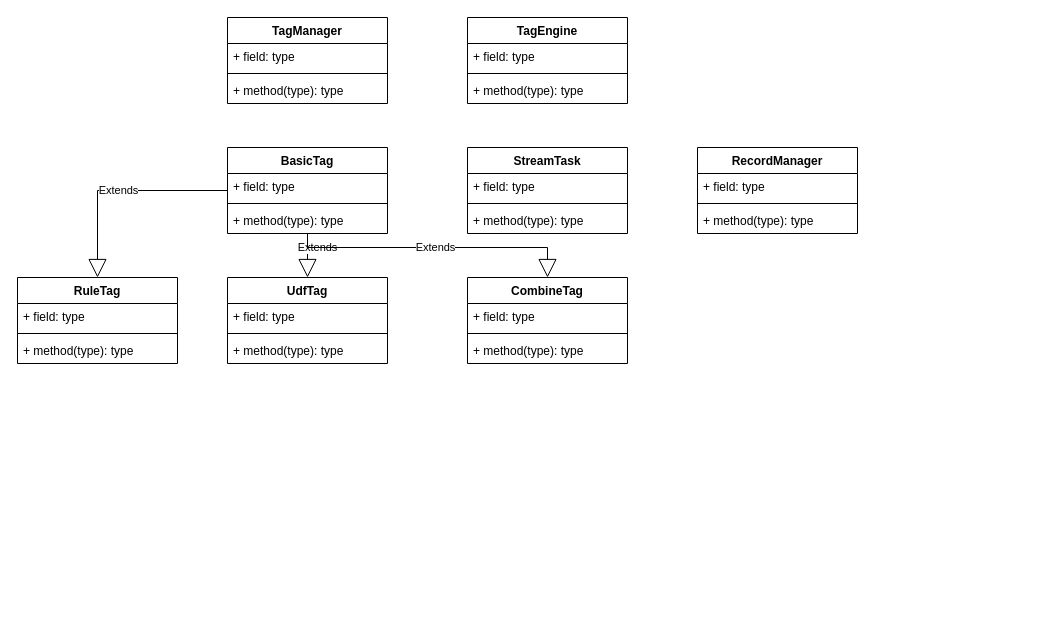
Above: tupian/标签引擎设计.drawio in JJFatherL/biyesheji (draw.io), before the change. Source tidied: cells renumbered, new cells numbered last; positions are measured from the earlier drawing's top-left corner, leaving out a move shared by most shapes. Both pictures are drawn from the tidied source at 100%, with x=0, y=0 at pixel (17, 17).
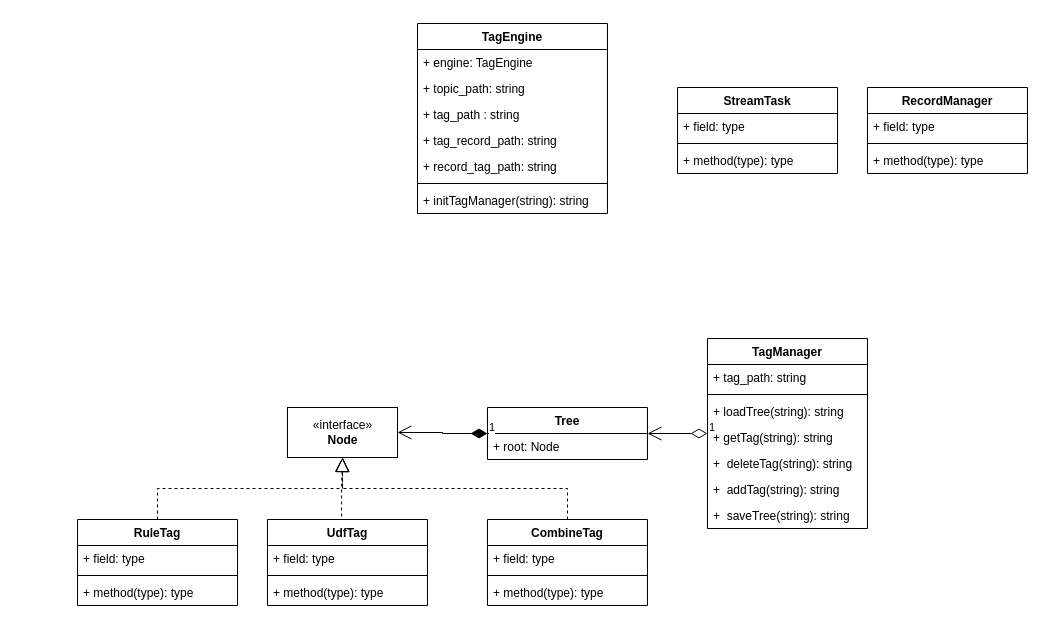
The same diagram, later.

Commit message (it also covers changes not shown here):
更新标签引擎设计.drawio

Diff of the diagram source:
```diff
@@
-    <mxCell id="2" value="BasicTag" style="swimlane;fontStyle=1;align=center;verticalAlign=top;horizontal=1;startSize=26;" parent="1" vertex="1">
-      <mxGeometry x="210" y="130" width="160" height="86" as="geometry" />
-    </mxCell>
-    <mxCell id="3" value="+ field: type" style="text;strokeColor=none;fillColor=none;align=left;verticalAlign=top;spacingLeft=4;spacingRight=4;overflow=hidden;" parent="2" vertex="1">
-      <mxGeometry y="26" width="160" height="26" as="geometry" />
-    </mxCell>
-    <mxCell id="4" style="line;strokeWidth=1;fillColor=none;align=left;verticalAlign=middle;spacingTop=-1;spacingLeft=3;spacingRight=3;labelPosition=right;" parent="2" vertex="1">
-      <mxGeometry y="52" width="160" height="8" as="geometry" />
-    </mxCell>
-    <mxCell id="5" value="+ method(type): type" style="text;strokeColor=none;fillColor=none;align=left;verticalAlign=top;spacingLeft=4;spacingRight=4;overflow=hidden;" parent="2" vertex="1">
-      <mxGeometry y="60" width="160" height="26" as="geometry" />
-    </mxCell>
     <mxCell id="6" value="TagManager" style="swimlane;fontStyle=1;align=center;verticalAlign=top;horizontal=1;startSize=26;" parent="1" vertex="1">
-      <mxGeometry x="210" width="160" height="86" as="geometry" />
+      <mxGeometry x="690" y="321" width="160" height="190" as="geometry" />
     </mxCell>
-    <mxCell id="7" value="+ field: type" style="text;strokeColor=none;fillColor=none;align=left;verticalAlign=top;spacingLeft=4;spacingRight=4;overflow=hidden;" parent="6" vertex="1">
+    <mxCell id="7" value="+ tag_path: string" style="text;strokeColor=none;fillColor=none;align=left;verticalAlign=top;spacingLeft=4;spacingRight=4;overflow=hidden;" parent="6" vertex="1">
       <mxGeometry y="26" width="160" height="26" as="geometry" />
     </mxCell>
@@
-    <mxCell id="9" value="+ method(type): type" style="text;strokeColor=none;fillColor=none;align=left;verticalAlign=top;spacingLeft=4;spacingRight=4;overflow=hidden;" parent="6" vertex="1">
+    <mxCell id="9" value="+ loadTree(string): string" style="text;strokeColor=none;fillColor=none;align=left;verticalAlign=top;spacingLeft=4;spacingRight=4;overflow=hidden;" parent="6" vertex="1">
       <mxGeometry y="60" width="160" height="26" as="geometry" />
     </mxCell>
+    <mxCell id="37" value="+ getTag(string): string" style="text;strokeColor=none;fillColor=none;align=left;verticalAlign=top;spacingLeft=4;spacingRight=4;overflow=hidden;" parent="6" vertex="1">
+      <mxGeometry y="86" width="160" height="26" as="geometry" />
+    </mxCell>
+    <mxCell id="38" value="+  deleteTag(string): string" style="text;strokeColor=none;fillColor=none;align=left;verticalAlign=top;spacingLeft=4;spacingRight=4;overflow=hidden;" parent="6" vertex="1">
+      <mxGeometry y="112" width="160" height="26" as="geometry" />
+    </mxCell>
+    <mxCell id="39" value="+  addTag(string): string" style="text;strokeColor=none;fillColor=none;align=left;verticalAlign=top;spacingLeft=4;spacingRight=4;overflow=hidden;" parent="6" vertex="1">
+      <mxGeometry y="138" width="160" height="26" as="geometry" />
+    </mxCell>
+    <mxCell id="40" value="+  saveTree(string): string" style="text;strokeColor=none;fillColor=none;align=left;verticalAlign=top;spacingLeft=4;spacingRight=4;overflow=hidden;" parent="6" vertex="1">
+      <mxGeometry y="164" width="160" height="26" as="geometry" />
+    </mxCell>
     <mxCell id="10" value="TagEngine" style="swimlane;fontStyle=1;align=center;verticalAlign=top;horizontal=1;startSize=26;" parent="1" vertex="1">
-      <mxGeometry x="450" width="160" height="86" as="geometry" />
+      <mxGeometry x="400" y="6" width="190" height="190" as="geometry" />
     </mxCell>
-    <mxCell id="11" value="+ field: type" style="text;strokeColor=none;fillColor=none;align=left;verticalAlign=top;spacingLeft=4;spacingRight=4;overflow=hidden;" parent="10" vertex="1">
-      <mxGeometry y="26" width="160" height="26" as="geometry" />
+    <mxCell id="11" value="+ engine: TagEngine" style="text;strokeColor=none;fillColor=none;align=left;verticalAlign=top;spacingLeft=4;spacingRight=4;overflow=hidden;" parent="10" vertex="1">
+      <mxGeometry y="26" width="190" height="26" as="geometry" />
     </mxCell>
+    <mxCell id="13" value="+ topic_path: string" style="text;strokeColor=none;fillColor=none;align=left;verticalAlign=top;spacingLeft=4;spacingRight=4;overflow=hidden;" parent="10" vertex="1">
+      <mxGeometry y="52" width="190" height="26" as="geometry" />
+    </mxCell>
+    <mxCell id="41" value="+ tag_path : string" style="text;strokeColor=none;fillColor=none;align=left;verticalAlign=top;spacingLeft=4;spacingRight=4;overflow=hidden;" parent="10" vertex="1">
+      <mxGeometry y="78" width="190" height="26" as="geometry" />
+    </mxCell>
+    <mxCell id="42" value="+ tag_record_path: string" style="text;strokeColor=none;fillColor=none;align=left;verticalAlign=top;spacingLeft=4;spacingRight=4;overflow=hidden;" parent="10" vertex="1">
+      <mxGeometry y="104" width="190" height="26" as="geometry" />
+    </mxCell>
+    <mxCell id="43" value="+ record_tag_path: string" style="text;strokeColor=none;fillColor=none;align=left;verticalAlign=top;spacingLeft=4;spacingRight=4;overflow=hidden;" parent="10" vertex="1">
+      <mxGeometry y="130" width="190" height="26" as="geometry" />
+    </mxCell>
     <mxCell id="12" style="line;strokeWidth=1;fillColor=none;align=left;verticalAlign=middle;spacingTop=-1;spacingLeft=3;spacingRight=3;labelPosition=right;" parent="10" vertex="1">
-      <mxGeometry y="52" width="160" height="8" as="geometry" />
+      <mxGeometry y="156" width="190" height="8" as="geometry" />
     </mxCell>
-    <mxCell id="13" value="+ method(type): type" style="text;strokeColor=none;fillColor=none;align=left;verticalAlign=top;spacingLeft=4;spacingRight=4;overflow=hidden;" parent="10" vertex="1">
-      <mxGeometry y="60" width="160" height="26" as="geometry" />
-    </mxCell>
+    <mxCell id="44" value="+ initTagManager(string): string" style="text;strokeColor=none;fillColor=none;align=left;verticalAlign=top;spacingLeft=4;spacingRight=4;overflow=hidden;" parent="10" vertex="1">
+      <mxGeometry y="164" width="190" height="26" as="geometry" />
+    </mxCell>
     <mxCell id="14" value="RuleTag" style="swimlane;fontStyle=1;align=center;verticalAlign=top;horizontal=1;startSize=26;" parent="1" vertex="1">
-      <mxGeometry y="260" width="160" height="86" as="geometry" />
+      <mxGeometry x="60" y="502" width="160" height="86" as="geometry" />
     </mxCell>
@@
     <mxCell id="18" value="UdfTag" style="swimlane;fontStyle=1;align=center;verticalAlign=top;horizontal=1;startSize=26;" parent="1" vertex="1">
-      <mxGeometry x="210" y="260" width="160" height="86" as="geometry" />
+      <mxGeometry x="250" y="502" width="160" height="86" as="geometry" />
     </mxCell>
@@
     <mxCell id="22" value="CombineTag" style="swimlane;fontStyle=1;align=center;verticalAlign=top;horizontal=1;startSize=26;" parent="1" vertex="1">
-      <mxGeometry x="450" y="260" width="160" height="86" as="geometry" />
+      <mxGeometry x="470" y="502" width="160" height="86" as="geometry" />
     </mxCell>
@@
     <mxCell id="26" value="StreamTask" style="swimlane;fontStyle=1;align=center;verticalAlign=top;horizontal=1;startSize=26;" parent="1" vertex="1">
-      <mxGeometry x="450" y="130" width="160" height="86" as="geometry" />
+      <mxGeometry x="660" y="70" width="160" height="86" as="geometry" />
     </mxCell>
@@
     <mxCell id="30" value="RecordManager" style="swimlane;fontStyle=1;align=center;verticalAlign=top;horizontal=1;startSize=26;" parent="1" vertex="1">
-      <mxGeometry x="680" y="130" width="160" height="86" as="geometry" />
+      <mxGeometry x="850" y="70" width="160" height="86" as="geometry" />
     </mxCell>
@@
-    <mxCell id="34" value="Extends" style="endArrow=block;endSize=16;endFill=0;html=1;rounded=0;entryX=0.5;entryY=0;entryDx=0;entryDy=0;edgeStyle=orthogonalEdgeStyle;" parent="1" edge="1" source="2" target="14">
-      <mxGeometry relative="1" as="geometry" />
-    </mxCell>
-    <mxCell id="35" value="Extends" style="endArrow=block;endSize=16;endFill=0;html=1;rounded=0;" parent="1" edge="1" source="2" target="18">
-      <mxGeometry x="-0.36" y="10" relative="1" as="geometry" />
-    </mxCell>
-    <mxCell id="36" value="Extends" style="endArrow=block;endSize=16;endFill=0;html=1;rounded=0;edgeStyle=orthogonalEdgeStyle;" parent="1" edge="1" source="2" target="22">
-      <mxGeometry relative="1" as="geometry">
-        <Array as="points">
-          <mxPoint x="290" y="230" />
-          <mxPoint x="530" y="230" />
-        </Array>
-      </mxGeometry>
-    </mxCell>
+    <mxCell id="45" value="Tree" style="swimlane;fontStyle=1;align=center;verticalAlign=top;horizontal=1;startSize=26;" parent="1" vertex="1">
+      <mxGeometry x="470" y="390" width="160" height="52" as="geometry" />
+    </mxCell>
+    <mxCell id="46" value="+ root: Node" style="text;strokeColor=none;fillColor=none;align=left;verticalAlign=top;spacingLeft=4;spacingRight=4;overflow=hidden;" parent="45" vertex="1">
+      <mxGeometry y="26" width="160" height="26" as="geometry" />
+    </mxCell>
+    <mxCell id="47" value="«interface»&lt;br&gt;&lt;b&gt;Node&lt;/b&gt;" style="html=1;" parent="1" vertex="1">
+      <mxGeometry x="270" y="390" width="110" height="50" as="geometry" />
+    </mxCell>
+    <mxCell id="48" style="endArrow=block;dashed=1;endFill=0;endSize=12;html=1;rounded=0;exitX=0.463;exitY=-0.035;exitDx=0;exitDy=0;exitPerimeter=0;edgeStyle=orthogonalEdgeStyle;" parent="1" edge="1" source="18" target="47">
+      <mxGeometry relative="1" as="geometry" />
+    </mxCell>
+    <mxCell id="49" style="endArrow=block;dashed=1;endFill=0;endSize=12;html=1;rounded=0;exitX=0.5;exitY=0;exitDx=0;exitDy=0;edgeStyle=orthogonalEdgeStyle;entryX=0.5;entryY=1;entryDx=0;entryDy=0;" parent="1" edge="1" source="22" target="47">
+      <mxGeometry relative="1" as="geometry" />
+    </mxCell>
+    <mxCell id="50" style="endArrow=block;dashed=1;endFill=0;endSize=12;html=1;rounded=0;exitX=0.5;exitY=0;exitDx=0;exitDy=0;edgeStyle=orthogonalEdgeStyle;" parent="1" edge="1" source="14" target="47">
+      <mxGeometry relative="1" as="geometry" />
+    </mxCell>
+    <mxCell id="51" value="1" style="endArrow=open;html=1;endSize=12;startArrow=diamondThin;startSize=14;startFill=0;edgeStyle=orthogonalEdgeStyle;align=left;verticalAlign=bottom;rounded=0;" parent="1" edge="1" source="6" target="45">
+      <mxGeometry x="-1" y="3" relative="1" as="geometry" />
+    </mxCell>
+    <mxCell id="52" value="1" style="endArrow=open;html=1;endSize=12;startArrow=diamondThin;startSize=14;startFill=1;edgeStyle=orthogonalEdgeStyle;align=left;verticalAlign=bottom;rounded=0;" parent="1" edge="1" source="45" target="47">
+      <mxGeometry x="-1" y="3" relative="1" as="geometry" />
+    </mxCell>
```
